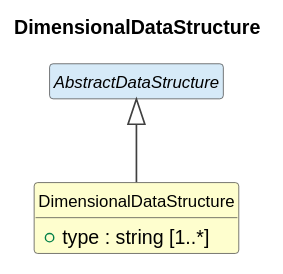
Above: cdif-uml-model/_plantuml/cdifDataStructure/Classes/DimensionalDataStructure.svg in Cross-Domain-Interoperability-Framework/metadataBuildingBlocks (PlantUML), before the change.
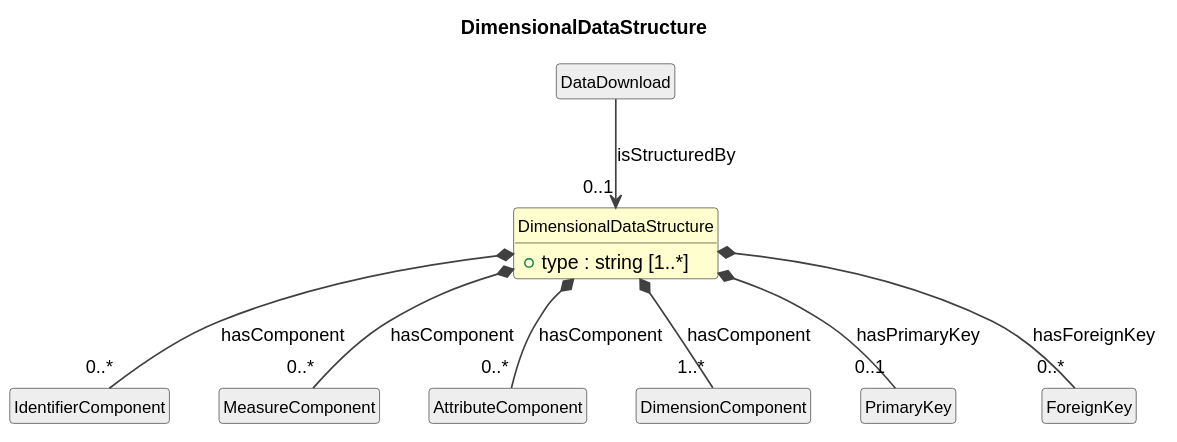
The same diagram one commit later.

The edit, as a diff of the source:
```diff
@@ -13,6 +13,18 @@
 class "DimensionalDataStructure" as DimensionalDataStructure #FEFECE {
   +type : string [1..*]
 }
-abstract class "AbstractDataStructure" as AbstractDataStructure #D6EAF8
-AbstractDataStructure <|-- DimensionalDataStructure
+class "DataDownload" as DataDownload #EEEEEE
+DataDownload --> "0..1" DimensionalDataStructure : isStructuredBy
+class "IdentifierComponent" as IdentifierComponent #EEEEEE
+DimensionalDataStructure *-- "0..*" IdentifierComponent : hasComponent
+class "MeasureComponent" as MeasureComponent #EEEEEE
+DimensionalDataStructure *-- "0..*" MeasureComponent : hasComponent
+class "AttributeComponent" as AttributeComponent #EEEEEE
+DimensionalDataStructure *-- "0..*" AttributeComponent : hasComponent
+class "DimensionComponent" as DimensionComponent #EEEEEE
+DimensionalDataStructure *-- "1..*" DimensionComponent : hasComponent
+class "PrimaryKey" as PrimaryKey #EEEEEE
+DimensionalDataStructure *-- "0..1" PrimaryKey : hasPrimaryKey
+class "ForeignKey" as ForeignKey #EEEEEE
+DimensionalDataStructure *-- "0..*" ForeignKey : hasForeignKey
 @enduml
```
